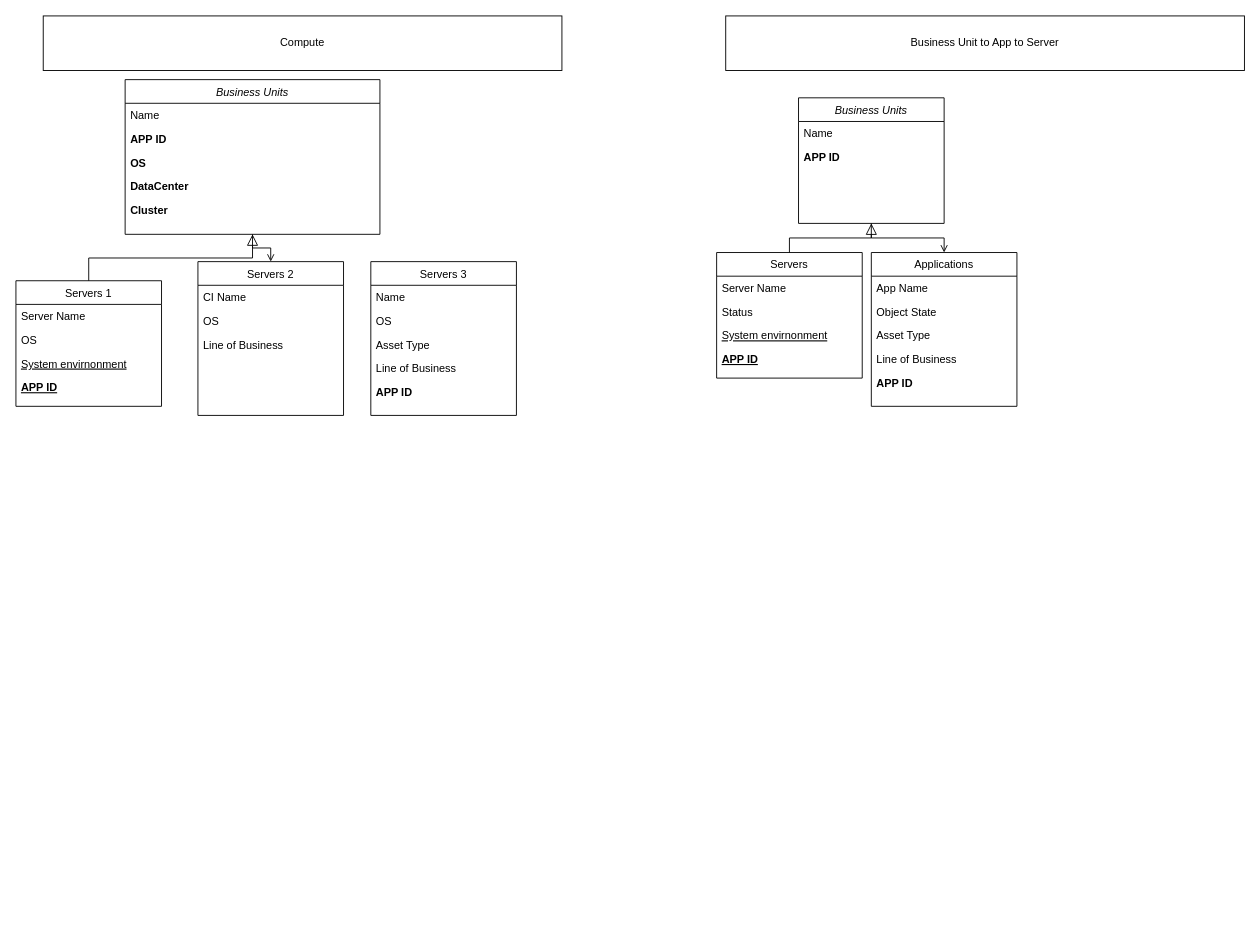
Before: page "Page-1" (1 of 2) of Untitled Diagram.drawio in ACummings23/DS-SQL-Exercise, a draw.io diagram. Source tidied: cells renumbered, new cells numbered last; positions are measured from the earlier drawing's top-left corner, leaving out a move shared by most shapes. Both pictures are drawn from the tidied source at 91%, with x=0, y=0 at pixel (15, 15).
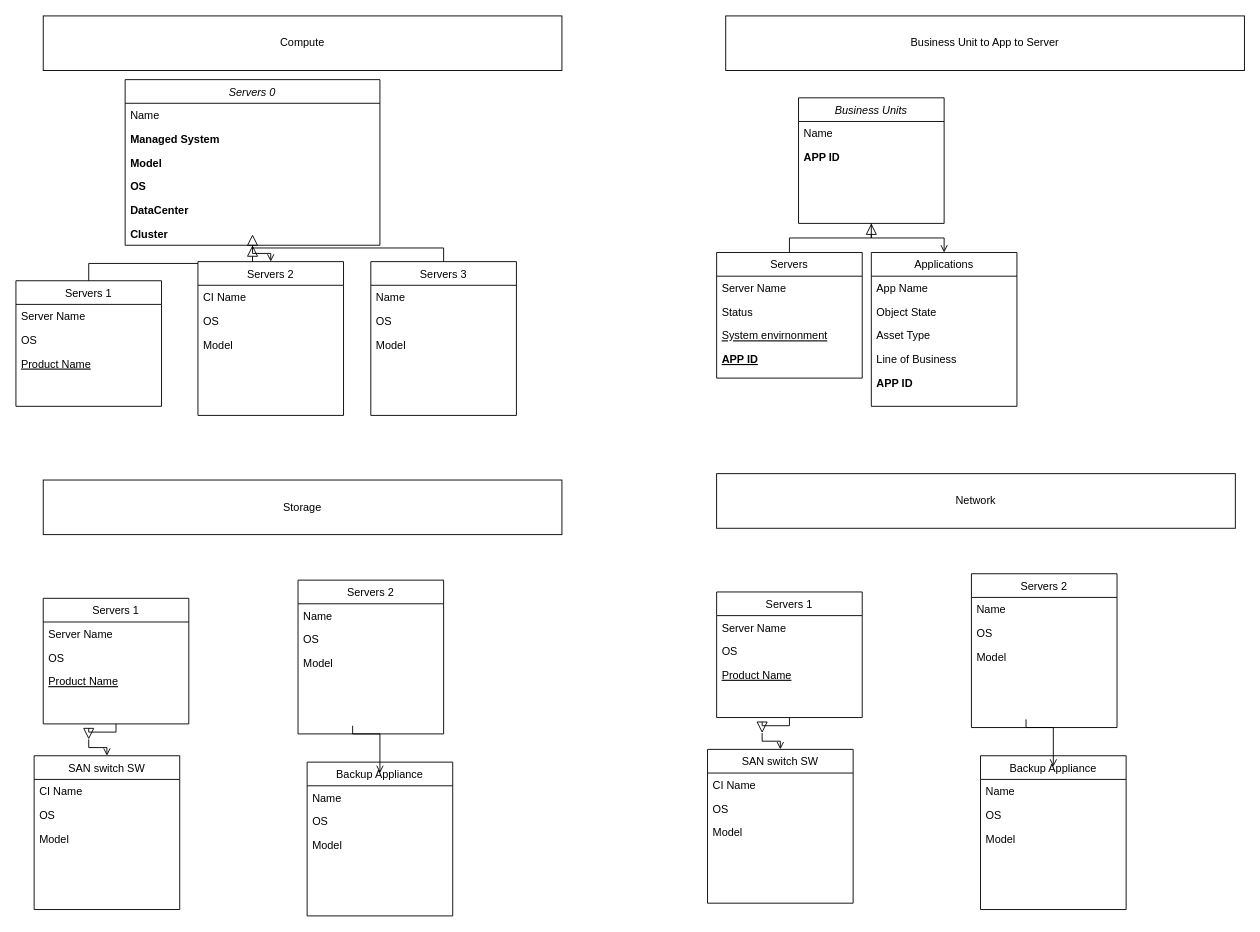
Above is the later version.

Unchanged cells that the change refers to:
```xml
<mxCell id="26" value="Servers 1" style="swimlane;fontStyle=0;align=center;verticalAlign=top;horizontal=1;startSize=26;rounded=0;shadow=0;strokeWidth=1;" parent="1" vertex="1">
  <mxGeometry y="291" width="160" height="138" as="geometry" />
</mxCell>
<mxCell id="32" value="Servers 2" style="swimlane;fontStyle=0;align=center;verticalAlign=top;horizontal=1;startSize=26;rounded=0;shadow=0;strokeWidth=1;" parent="1" vertex="1">
  <mxGeometry x="200" y="270" width="160" height="169" as="geometry" />
</mxCell>
<mxCell id="37" value="Servers 3" style="swimlane;fontStyle=0;align=center;verticalAlign=top;horizontal=1;startSize=26;rounded=0;shadow=0;strokeWidth=1;" parent="1" vertex="1">
  <mxGeometry x="390" y="270" width="160" height="169" as="geometry" />
</mxCell>
```

Diff of the diagram source:
```diff
@@
-    <mxCell id="20" value="Business Units" style="swimlane;fontStyle=2;align=center;verticalAlign=top;horizontal=1;startSize=26;rounded=0;shadow=0;strokeWidth=1;" parent="1" vertex="1">
-      <mxGeometry x="120" y="70" width="280" height="170" as="geometry" />
+    <mxCell id="20" value="Servers 0" style="swimlane;fontStyle=2;align=center;verticalAlign=top;horizontal=1;startSize=26;rounded=0;shadow=0;strokeWidth=1;" parent="1" vertex="1">
+      <mxGeometry x="120" y="70" width="280" height="182" as="geometry" />
     </mxCell>
@@
+    <mxCell id="43" value="Managed System" style="text;align=left;verticalAlign=top;spacingLeft=4;spacingRight=4;overflow=hidden;rounded=0;shadow=0;html=0;fontStyle=1;" parent="20" vertex="1">
+      <mxGeometry y="52" width="280" height="26" as="geometry" />
+    </mxCell>
-    <mxCell id="22" value="APP ID" style="text;align=left;verticalAlign=top;spacingLeft=4;spacingRight=4;overflow=hidden;rounded=0;shadow=0;html=0;fontStyle=1;" parent="20" vertex="1">
-      <mxGeometry y="52" width="280" height="26" as="geometry" />
+    <mxCell id="22" value="Model" style="text;align=left;verticalAlign=top;spacingLeft=4;spacingRight=4;overflow=hidden;rounded=0;shadow=0;html=0;fontStyle=1;" parent="20" vertex="1">
+      <mxGeometry y="78" width="280" height="26" as="geometry" />
     </mxCell>
     <mxCell id="23" value="OS" style="text;align=left;verticalAlign=top;spacingLeft=4;spacingRight=4;overflow=hidden;rounded=0;shadow=0;html=0;fontStyle=1;" parent="20" vertex="1">
-      <mxGeometry y="78" width="280" height="26" as="geometry" />
+      <mxGeometry y="104" width="280" height="26" as="geometry" />
     </mxCell>
     <mxCell id="24" value="DataCenter" style="text;align=left;verticalAlign=top;spacingLeft=4;spacingRight=4;overflow=hidden;rounded=0;shadow=0;html=0;fontStyle=1;" parent="20" vertex="1">
-      <mxGeometry y="104" width="280" height="26" as="geometry" />
+      <mxGeometry y="130" width="280" height="26" as="geometry" />
     </mxCell>
     <mxCell id="25" value="Cluster" style="text;align=left;verticalAlign=top;spacingLeft=4;spacingRight=4;overflow=hidden;rounded=0;shadow=0;html=0;fontStyle=1;" parent="20" vertex="1">
-      <mxGeometry y="130" width="280" height="26" as="geometry" />
+      <mxGeometry y="156" width="280" height="26" as="geometry" />
     </mxCell>
@@
-    <mxCell id="29" value="System envirnonment " style="text;align=left;verticalAlign=top;spacingLeft=4;spacingRight=4;overflow=hidden;fontStyle=4;" parent="26" vertex="1">
+    <mxCell id="29" value="Product Name" style="text;align=left;verticalAlign=top;spacingLeft=4;spacingRight=4;overflow=hidden;fontStyle=4;" parent="26" vertex="1">
       <mxGeometry y="78" width="160" height="26" as="geometry" />
     </mxCell>
-    <mxCell id="30" value="APP ID" style="text;align=left;verticalAlign=top;spacingLeft=4;spacingRight=4;overflow=hidden;fontStyle=5;" parent="26" vertex="1">
-      <mxGeometry y="104" width="160" height="26" as="geometry" />
-    </mxCell>
@@
-    <mxCell id="35" value="Line of Business" style="text;align=left;verticalAlign=top;spacingLeft=4;spacingRight=4;overflow=hidden;rounded=0;shadow=0;html=0;" parent="32" vertex="1">
+    <mxCell id="35" value="Model" style="text;align=left;verticalAlign=top;spacingLeft=4;spacingRight=4;overflow=hidden;rounded=0;shadow=0;html=0;" parent="32" vertex="1">
       <mxGeometry y="78" width="160" height="26" as="geometry" />
     </mxCell>
@@
-    <mxCell id="40" value="Asset Type" style="text;align=left;verticalAlign=top;spacingLeft=4;spacingRight=4;overflow=hidden;rounded=0;shadow=0;html=0;" parent="37" vertex="1">
+    <mxCell id="40" value="Model" style="text;align=left;verticalAlign=top;spacingLeft=4;spacingRight=4;overflow=hidden;rounded=0;shadow=0;html=0;" parent="37" vertex="1">
       <mxGeometry y="78" width="160" height="26" as="geometry" />
     </mxCell>
-    <mxCell id="41" value="Line of Business" style="text;align=left;verticalAlign=top;spacingLeft=4;spacingRight=4;overflow=hidden;rounded=0;shadow=0;html=0;" parent="37" vertex="1">
-      <mxGeometry y="104" width="160" height="26" as="geometry" />
-    </mxCell>
-    <mxCell id="42" value="APP ID" style="text;align=left;verticalAlign=top;spacingLeft=4;spacingRight=4;overflow=hidden;rounded=0;shadow=0;html=0;fontStyle=1;" parent="37" vertex="1">
-      <mxGeometry y="130" width="160" height="26" as="geometry" />
-    </mxCell>
+    <mxCell id="44" style="endArrow=block;endSize=10;endFill=0;shadow=0;strokeWidth=1;rounded=0;edgeStyle=elbowEdgeStyle;elbow=vertical;exitX=0.5;exitY=0;exitDx=0;exitDy=0;" parent="1" edge="1" source="37">
+      <mxGeometry relative="1" as="geometry">
+        <mxPoint x="260" y="240" as="targetPoint" />
+      </mxGeometry>
+    </mxCell>
+    <mxCell id="45" value="Storage" style="rounded=0;whiteSpace=wrap;html=1;" parent="1" vertex="1">
+      <mxGeometry x="30" y="510" width="570" height="60" as="geometry" />
+    </mxCell>
+    <mxCell id="46" value="Servers 1" style="swimlane;fontStyle=0;align=center;verticalAlign=top;horizontal=1;startSize=26;rounded=0;shadow=0;strokeWidth=1;" parent="1" vertex="1">
+      <mxGeometry x="30" y="640" width="160" height="138" as="geometry" />
+    </mxCell>
+    <mxCell id="47" value="Server Name" style="text;align=left;verticalAlign=top;spacingLeft=4;spacingRight=4;overflow=hidden;" parent="46" vertex="1">
+      <mxGeometry y="26" width="160" height="26" as="geometry" />
+    </mxCell>
+    <mxCell id="48" value="OS" style="text;align=left;verticalAlign=top;spacingLeft=4;spacingRight=4;overflow=hidden;rounded=0;shadow=0;html=0;" parent="46" vertex="1">
+      <mxGeometry y="52" width="160" height="26" as="geometry" />
+    </mxCell>
+    <mxCell id="49" value="Product Name" style="text;align=left;verticalAlign=top;spacingLeft=4;spacingRight=4;overflow=hidden;fontStyle=4;" parent="46" vertex="1">
+      <mxGeometry y="78" width="160" height="26" as="geometry" />
+    </mxCell>
+    <mxCell id="50" style="endArrow=block;endSize=10;endFill=0;shadow=0;strokeWidth=1;rounded=0;edgeStyle=elbowEdgeStyle;elbow=vertical;" parent="1" edge="1" source="46">
+      <mxGeometry relative="1" as="geometry">
+        <mxPoint x="80" y="795" as="targetPoint" />
+      </mxGeometry>
+    </mxCell>
+    <mxCell id="51" value="SAN switch SW" style="swimlane;fontStyle=0;align=center;verticalAlign=top;horizontal=1;startSize=26;rounded=0;shadow=0;strokeWidth=1;" parent="1" vertex="1">
+      <mxGeometry x="20" y="813" width="160" height="169" as="geometry" />
+    </mxCell>
+    <mxCell id="52" value="CI Name" style="text;align=left;verticalAlign=top;spacingLeft=4;spacingRight=4;overflow=hidden;" parent="51" vertex="1">
+      <mxGeometry y="26" width="160" height="26" as="geometry" />
+    </mxCell>
+    <mxCell id="53" value="OS" style="text;align=left;verticalAlign=top;spacingLeft=4;spacingRight=4;overflow=hidden;rounded=0;shadow=0;html=0;" parent="51" vertex="1">
+      <mxGeometry y="52" width="160" height="26" as="geometry" />
+    </mxCell>
+    <mxCell id="54" value="Model" style="text;align=left;verticalAlign=top;spacingLeft=4;spacingRight=4;overflow=hidden;rounded=0;shadow=0;html=0;" parent="51" vertex="1">
+      <mxGeometry y="78" width="160" height="26" as="geometry" />
+    </mxCell>
+    <mxCell id="55" style="endArrow=open;shadow=0;strokeWidth=1;rounded=0;endFill=1;edgeStyle=elbowEdgeStyle;elbow=vertical;" parent="1" edge="1" target="51">
+      <mxGeometry x="0.5" y="41" relative="1" as="geometry">
+        <mxPoint x="80" y="795" as="sourcePoint" />
+        <mxPoint x="-40" y="32" as="offset" />
+      </mxGeometry>
+    </mxCell>
+    <mxCell id="56" value="Servers 2" style="swimlane;fontStyle=0;align=center;verticalAlign=top;horizontal=1;startSize=26;rounded=0;shadow=0;strokeWidth=1;" parent="1" vertex="1">
+      <mxGeometry x="310" y="620" width="160" height="169" as="geometry" />
+    </mxCell>
+    <mxCell id="57" value="Name" style="text;align=left;verticalAlign=top;spacingLeft=4;spacingRight=4;overflow=hidden;" parent="56" vertex="1">
+      <mxGeometry y="26" width="160" height="26" as="geometry" />
+    </mxCell>
+    <mxCell id="58" value="OS" style="text;align=left;verticalAlign=top;spacingLeft=4;spacingRight=4;overflow=hidden;rounded=0;shadow=0;html=0;" parent="56" vertex="1">
+      <mxGeometry y="52" width="160" height="26" as="geometry" />
+    </mxCell>
+    <mxCell id="59" value="Model" style="text;align=left;verticalAlign=top;spacingLeft=4;spacingRight=4;overflow=hidden;rounded=0;shadow=0;html=0;" parent="56" vertex="1">
+      <mxGeometry y="78" width="160" height="26" as="geometry" />
+    </mxCell>
+    <mxCell id="60" value="Backup Appliance" style="swimlane;fontStyle=0;align=center;verticalAlign=top;horizontal=1;startSize=26;rounded=0;shadow=0;strokeWidth=1;" parent="1" vertex="1">
+      <mxGeometry x="320" y="820" width="160" height="169" as="geometry" />
+    </mxCell>
+    <mxCell id="61" value="Name" style="text;align=left;verticalAlign=top;spacingLeft=4;spacingRight=4;overflow=hidden;" parent="60" vertex="1">
+      <mxGeometry y="26" width="160" height="26" as="geometry" />
+    </mxCell>
+    <mxCell id="62" value="OS" style="text;align=left;verticalAlign=top;spacingLeft=4;spacingRight=4;overflow=hidden;rounded=0;shadow=0;html=0;" parent="60" vertex="1">
+      <mxGeometry y="52" width="160" height="26" as="geometry" />
+    </mxCell>
+    <mxCell id="63" value="Model" style="text;align=left;verticalAlign=top;spacingLeft=4;spacingRight=4;overflow=hidden;rounded=0;shadow=0;html=0;" parent="60" vertex="1">
+      <mxGeometry y="78" width="160" height="26" as="geometry" />
+    </mxCell>
+    <mxCell id="64" style="endArrow=open;shadow=0;strokeWidth=1;rounded=0;endFill=1;edgeStyle=elbowEdgeStyle;elbow=vertical;" parent="1" edge="1">
+      <mxGeometry x="0.5" y="41" relative="1" as="geometry">
+        <mxPoint x="370" y="780" as="sourcePoint" />
+        <mxPoint x="400" y="832" as="targetPoint" />
+        <Array as="points">
+          <mxPoint x="570" y="789" />
+        </Array>
+        <mxPoint x="-40" y="32" as="offset" />
+      </mxGeometry>
+    </mxCell>
+    <mxCell id="65" value="Network" style="rounded=0;whiteSpace=wrap;html=1;" parent="1" vertex="1">
+      <mxGeometry x="770" y="503" width="570" height="60" as="geometry" />
+    </mxCell>
+    <mxCell id="66" value="Servers 1" style="swimlane;fontStyle=0;align=center;verticalAlign=top;horizontal=1;startSize=26;rounded=0;shadow=0;strokeWidth=1;" parent="1" vertex="1">
+      <mxGeometry x="770" y="633" width="160" height="138" as="geometry" />
+    </mxCell>
+    <mxCell id="67" value="Server Name" style="text;align=left;verticalAlign=top;spacingLeft=4;spacingRight=4;overflow=hidden;" parent="66" vertex="1">
+      <mxGeometry y="26" width="160" height="26" as="geometry" />
+    </mxCell>
+    <mxCell id="68" value="OS" style="text;align=left;verticalAlign=top;spacingLeft=4;spacingRight=4;overflow=hidden;rounded=0;shadow=0;html=0;" parent="66" vertex="1">
+      <mxGeometry y="52" width="160" height="26" as="geometry" />
+    </mxCell>
+    <mxCell id="69" value="Product Name" style="text;align=left;verticalAlign=top;spacingLeft=4;spacingRight=4;overflow=hidden;fontStyle=4;" parent="66" vertex="1">
+      <mxGeometry y="78" width="160" height="26" as="geometry" />
+    </mxCell>
+    <mxCell id="70" style="endArrow=block;endSize=10;endFill=0;shadow=0;strokeWidth=1;rounded=0;edgeStyle=elbowEdgeStyle;elbow=vertical;" parent="1" edge="1" source="66">
+      <mxGeometry relative="1" as="geometry">
+        <mxPoint x="820" y="788" as="targetPoint" />
+      </mxGeometry>
+    </mxCell>
+    <mxCell id="71" value="SAN switch SW" style="swimlane;fontStyle=0;align=center;verticalAlign=top;horizontal=1;startSize=26;rounded=0;shadow=0;strokeWidth=1;" parent="1" vertex="1">
+      <mxGeometry x="760" y="806" width="160" height="169" as="geometry" />
+    </mxCell>
+    <mxCell id="72" value="CI Name" style="text;align=left;verticalAlign=top;spacingLeft=4;spacingRight=4;overflow=hidden;" parent="71" vertex="1">
+      <mxGeometry y="26" width="160" height="26" as="geometry" />
+    </mxCell>
+    <mxCell id="73" value="OS" style="text;align=left;verticalAlign=top;spacingLeft=4;spacingRight=4;overflow=hidden;rounded=0;shadow=0;html=0;" parent="71" vertex="1">
+      <mxGeometry y="52" width="160" height="26" as="geometry" />
+    </mxCell>
+    <mxCell id="74" value="Model" style="text;align=left;verticalAlign=top;spacingLeft=4;spacingRight=4;overflow=hidden;rounded=0;shadow=0;html=0;" parent="71" vertex="1">
+      <mxGeometry y="78" width="160" height="26" as="geometry" />
+    </mxCell>
+    <mxCell id="75" style="endArrow=open;shadow=0;strokeWidth=1;rounded=0;endFill=1;edgeStyle=elbowEdgeStyle;elbow=vertical;" parent="1" edge="1" target="71">
+      <mxGeometry x="0.5" y="41" relative="1" as="geometry">
+        <mxPoint x="820" y="788" as="sourcePoint" />
+        <mxPoint x="-40" y="32" as="offset" />
+      </mxGeometry>
+    </mxCell>
+    <mxCell id="76" value="Servers 2" style="swimlane;fontStyle=0;align=center;verticalAlign=top;horizontal=1;startSize=26;rounded=0;shadow=0;strokeWidth=1;" parent="1" vertex="1">
+      <mxGeometry x="1050" y="613" width="160" height="169" as="geometry" />
+    </mxCell>
+    <mxCell id="77" value="Name" style="text;align=left;verticalAlign=top;spacingLeft=4;spacingRight=4;overflow=hidden;" parent="76" vertex="1">
+      <mxGeometry y="26" width="160" height="26" as="geometry" />
+    </mxCell>
+    <mxCell id="78" value="OS" style="text;align=left;verticalAlign=top;spacingLeft=4;spacingRight=4;overflow=hidden;rounded=0;shadow=0;html=0;" parent="76" vertex="1">
+      <mxGeometry y="52" width="160" height="26" as="geometry" />
+    </mxCell>
+    <mxCell id="79" value="Model" style="text;align=left;verticalAlign=top;spacingLeft=4;spacingRight=4;overflow=hidden;rounded=0;shadow=0;html=0;" parent="76" vertex="1">
+      <mxGeometry y="78" width="160" height="26" as="geometry" />
+    </mxCell>
+    <mxCell id="80" value="Backup Appliance" style="swimlane;fontStyle=0;align=center;verticalAlign=top;horizontal=1;startSize=26;rounded=0;shadow=0;strokeWidth=1;" parent="1" vertex="1">
+      <mxGeometry x="1060" y="813" width="160" height="169" as="geometry" />
+    </mxCell>
+    <mxCell id="81" value="Name" style="text;align=left;verticalAlign=top;spacingLeft=4;spacingRight=4;overflow=hidden;" parent="80" vertex="1">
+      <mxGeometry y="26" width="160" height="26" as="geometry" />
+    </mxCell>
+    <mxCell id="82" value="OS" style="text;align=left;verticalAlign=top;spacingLeft=4;spacingRight=4;overflow=hidden;rounded=0;shadow=0;html=0;" parent="80" vertex="1">
+      <mxGeometry y="52" width="160" height="26" as="geometry" />
+    </mxCell>
+    <mxCell id="83" value="Model" style="text;align=left;verticalAlign=top;spacingLeft=4;spacingRight=4;overflow=hidden;rounded=0;shadow=0;html=0;" parent="80" vertex="1">
+      <mxGeometry y="78" width="160" height="26" as="geometry" />
+    </mxCell>
+    <mxCell id="84" style="endArrow=open;shadow=0;strokeWidth=1;rounded=0;endFill=1;edgeStyle=elbowEdgeStyle;elbow=vertical;" parent="1" edge="1">
+      <mxGeometry x="0.5" y="41" relative="1" as="geometry">
+        <mxPoint x="1110" y="773" as="sourcePoint" />
+        <mxPoint x="1140" y="825" as="targetPoint" />
+        <Array as="points">
+          <mxPoint x="1310" y="782" />
+        </Array>
+        <mxPoint x="-40" y="32" as="offset" />
+      </mxGeometry>
+    </mxCell>
```
